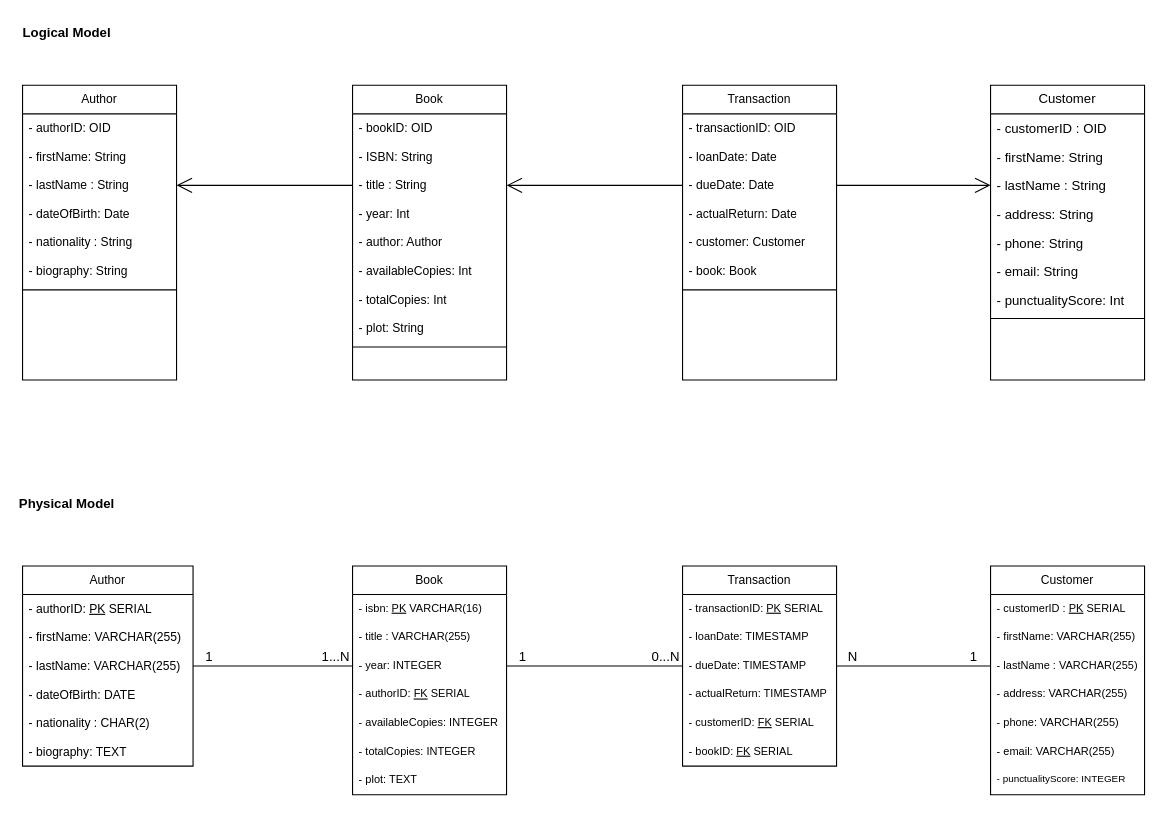
pfumarola/ld-01 keeps this draw.io diagram as docs/UML/UML.drawio.xml. Above is the earlier version. Source tidied: cells renumbered, new cells numbered last; positions are measured from the earlier drawing's top-left corner, leaving out a move shared by most shapes. Both pictures are drawn from the tidied source at 110%, with x=0, y=0 at pixel (22, 19).
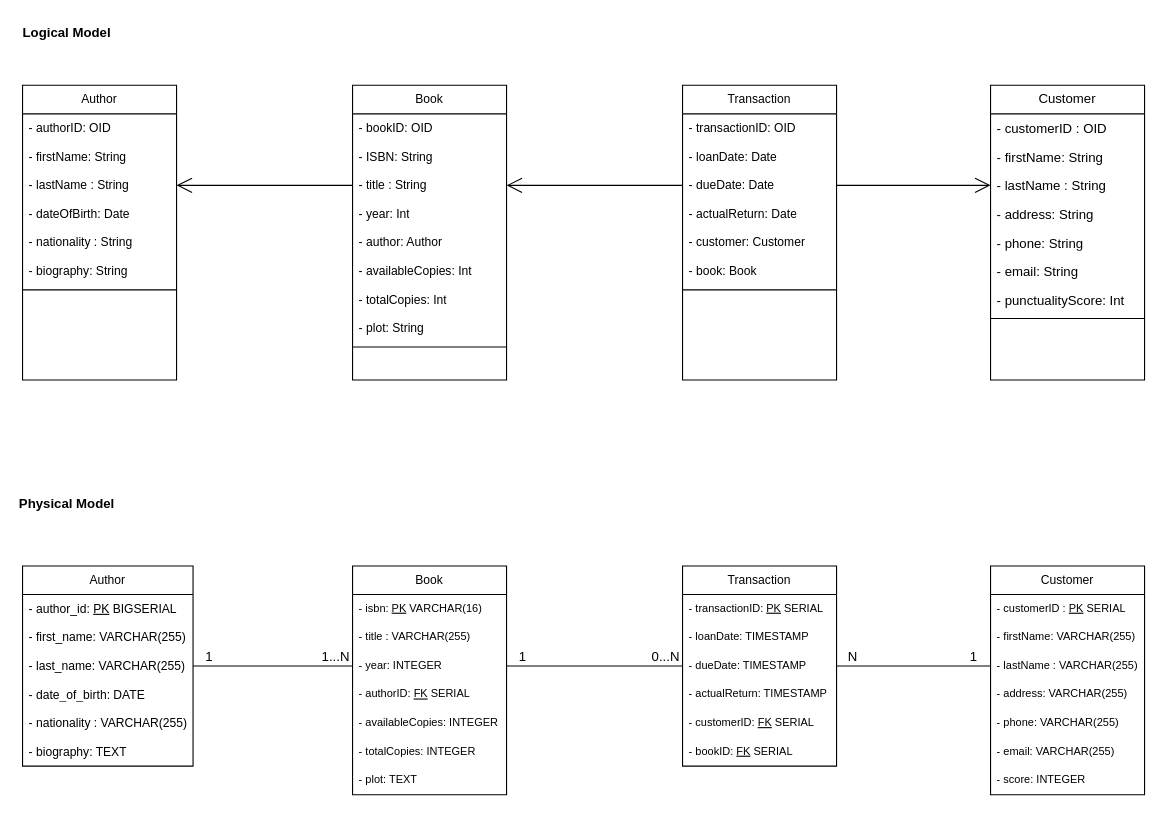
Above is the later version.

The change refers to these unchanged cells:
```xml
<mxCell id="59" value="Author" style="swimlane;fontStyle=0;horizontal=1;startSize=26;fillColor=none;whiteSpace=wrap;html=1;fontSize=11;" parent="1" vertex="1">
  <mxGeometry y="497" width="155" height="182" as="geometry" />
</mxCell>
<mxCell id="66" value="Customer" style="swimlane;fontStyle=0;horizontal=1;startSize=26;fillColor=none;whiteSpace=wrap;html=1;fontSize=11;" parent="1" vertex="1">
  <mxGeometry x="880" y="497" width="140" height="208" as="geometry" />
</mxCell>
```

Change to the diagram source:
```diff
@@
-    <mxCell id="60" value="- authorID: &lt;u style=&quot;font-size: 11px;&quot;&gt;PK&lt;/u&gt; SERIAL" style="text;strokeColor=none;fillColor=none;align=left;verticalAlign=top;spacingLeft=4;spacingRight=4;overflow=hidden;whiteSpace=wrap;html=1;fontSize=11;" parent="59" vertex="1">
+    <mxCell id="60" value="- author_id: &lt;u style=&quot;font-size: 11px;&quot;&gt;PK&lt;/u&gt; BIGSERIAL" style="text;strokeColor=none;fillColor=none;align=left;verticalAlign=top;spacingLeft=4;spacingRight=4;overflow=hidden;whiteSpace=wrap;html=1;fontSize=11;" parent="59" vertex="1">
       <mxGeometry y="26" width="155" height="26" as="geometry" />
     </mxCell>
-    <mxCell id="61" value="- firstName: VARCHAR(255)" style="text;strokeColor=none;fillColor=none;align=left;verticalAlign=top;spacingLeft=4;spacingRight=4;overflow=hidden;whiteSpace=wrap;html=1;fontSize=11;" parent="59" vertex="1">
+    <mxCell id="61" value="- first_name: VARCHAR(255)" style="text;strokeColor=none;fillColor=none;align=left;verticalAlign=top;spacingLeft=4;spacingRight=4;overflow=hidden;whiteSpace=wrap;html=1;fontSize=11;" parent="59" vertex="1">
       <mxGeometry y="52" width="155" height="26" as="geometry" />
     </mxCell>
-    <mxCell id="62" value="&lt;div style=&quot;font-size: 11px;&quot;&gt;- lastName: VARCHAR(255)&lt;/div&gt;" style="text;strokeColor=none;fillColor=none;align=left;verticalAlign=top;spacingLeft=4;spacingRight=4;overflow=hidden;points=[[0,0.5],[1,0.5]];portConstraint=eastwest;whiteSpace=wrap;html=1;fontSize=11;" parent="59" vertex="1">
+    <mxCell id="62" value="&lt;div style=&quot;font-size: 11px;&quot;&gt;- last_name: VARCHAR(255)&lt;/div&gt;" style="text;strokeColor=none;fillColor=none;align=left;verticalAlign=top;spacingLeft=4;spacingRight=4;overflow=hidden;points=[[0,0.5],[1,0.5]];portConstraint=eastwest;whiteSpace=wrap;html=1;fontSize=11;" parent="59" vertex="1">
       <mxGeometry y="78" width="155" height="26" as="geometry" />
     </mxCell>
-    <mxCell id="63" value="- dateOfBirth: DATE" style="text;strokeColor=none;fillColor=none;align=left;verticalAlign=top;spacingLeft=4;spacingRight=4;overflow=hidden;whiteSpace=wrap;html=1;fontSize=11;" parent="59" vertex="1">
+    <mxCell id="63" value="- date_of_birth: DATE" style="text;strokeColor=none;fillColor=none;align=left;verticalAlign=top;spacingLeft=4;spacingRight=4;overflow=hidden;whiteSpace=wrap;html=1;fontSize=11;" parent="59" vertex="1">
       <mxGeometry y="104" width="155" height="26" as="geometry" />
     </mxCell>
-    <mxCell id="64" value="- nationality : CHAR(2)" style="text;strokeColor=none;fillColor=none;align=left;verticalAlign=top;spacingLeft=4;spacingRight=4;overflow=hidden;whiteSpace=wrap;html=1;fontSize=11;" parent="59" vertex="1">
+    <mxCell id="64" value="- nationality : VARCHAR(255)" style="text;strokeColor=none;fillColor=none;align=left;verticalAlign=top;spacingLeft=4;spacingRight=4;overflow=hidden;whiteSpace=wrap;html=1;fontSize=11;" parent="59" vertex="1">
       <mxGeometry y="130" width="155" height="26" as="geometry" />
     </mxCell>
@@
-    <mxCell id="73" value="- punctualityScore: INTEGER" style="text;strokeColor=none;fillColor=none;align=left;verticalAlign=top;spacingLeft=4;spacingRight=4;overflow=hidden;whiteSpace=wrap;html=1;fontSize=9;" parent="66" vertex="1">
+    <mxCell id="73" value="- score: INTEGER" style="text;strokeColor=none;fillColor=none;align=left;verticalAlign=top;spacingLeft=4;spacingRight=4;overflow=hidden;whiteSpace=wrap;html=1;fontSize=10;" parent="66" vertex="1">
       <mxGeometry y="182" width="140" height="26" as="geometry" />
     </mxCell>
```
